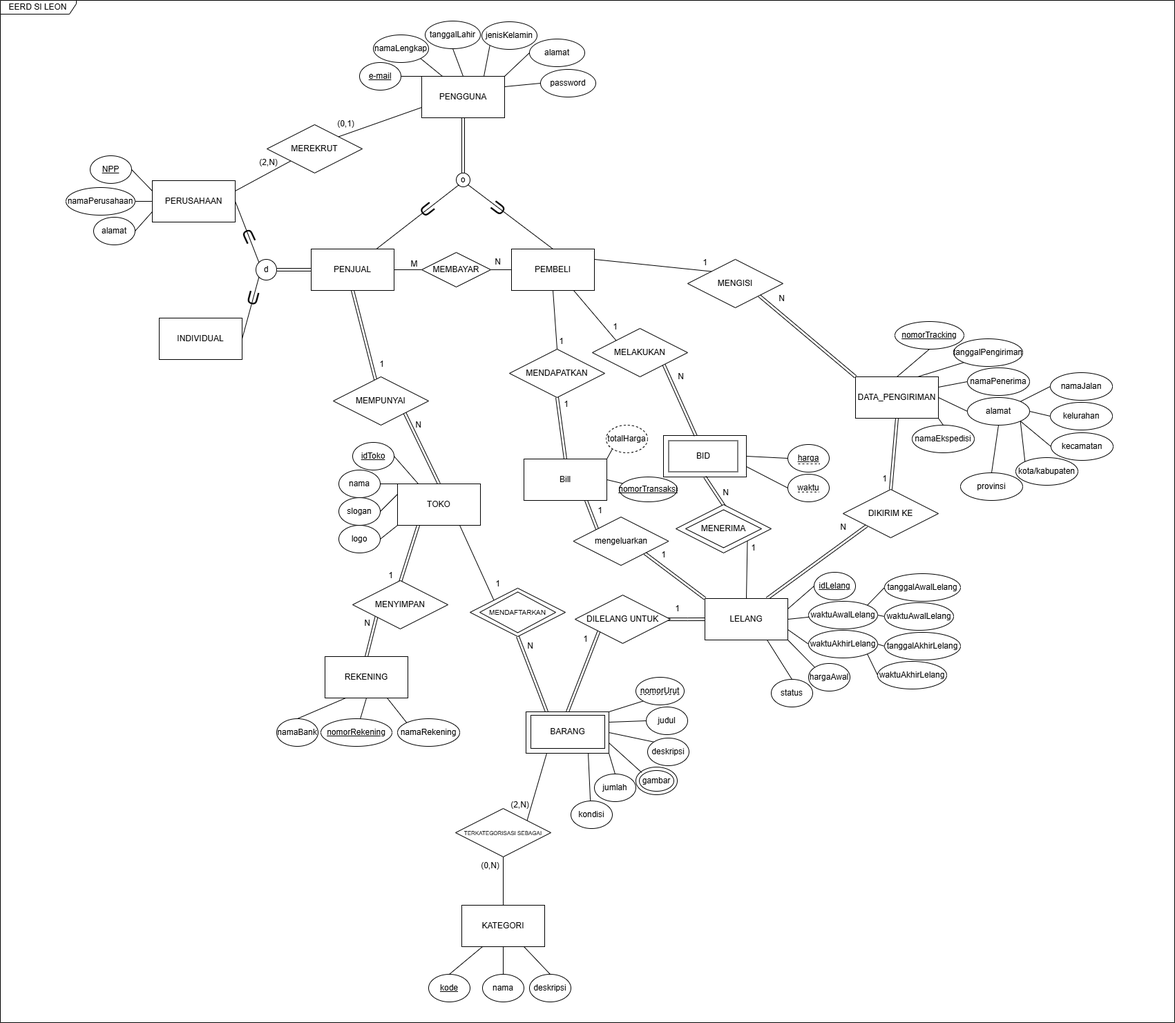
anthef/anthef keeps this draw.io diagram as ti1_basdat.drawio.png. Above is the earlier version. Source tidied: cells renumbered, new cells last; positions are measured from the earlier drawing's top-left corner, leaving out a move shared by most shapes.
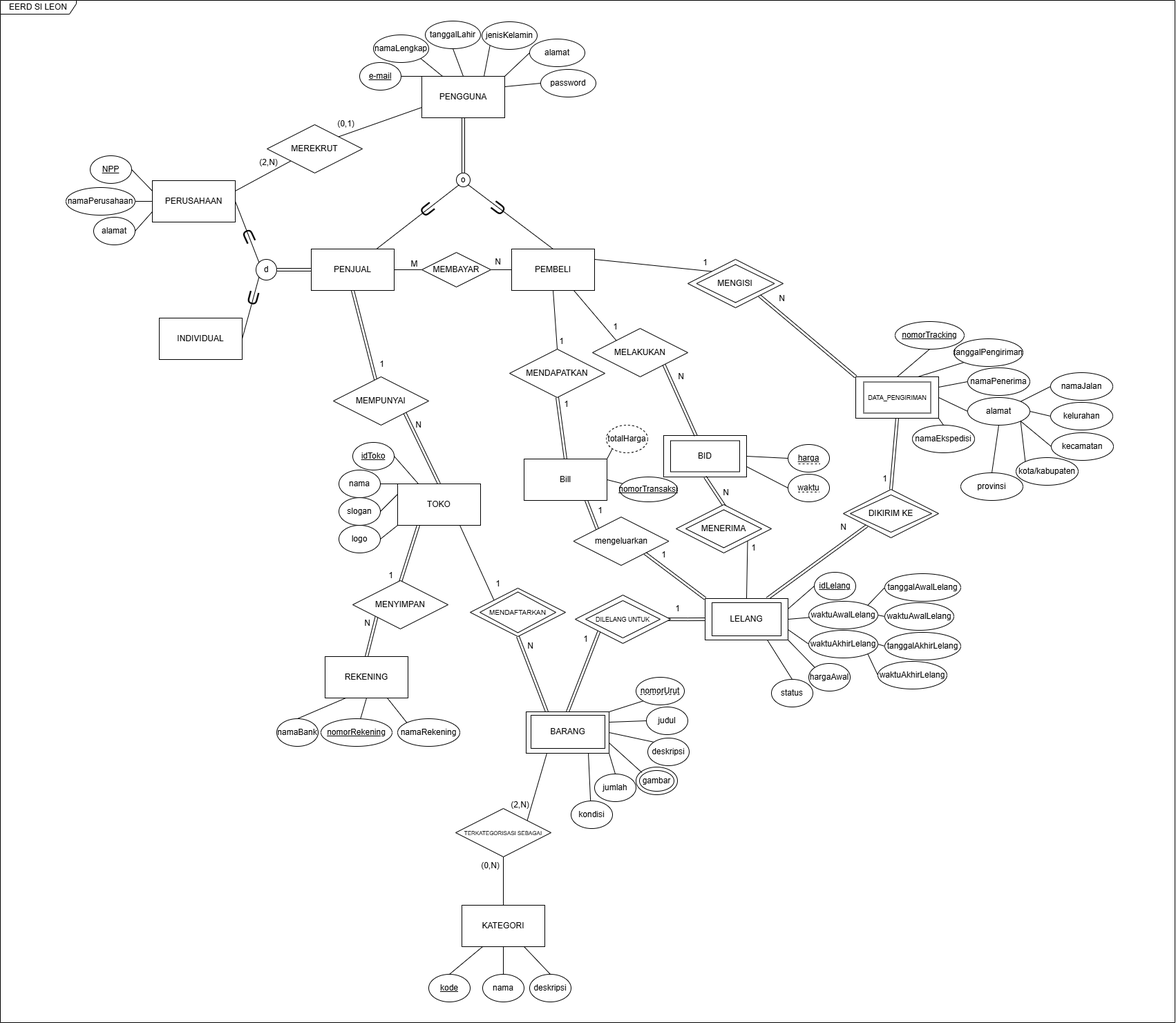
After the commit.

What changed in the source:
```diff
@@ -301,7 +301,7 @@
     <mxCell id="99" style="edgeStyle=orthogonalEdgeStyle;rounded=0;jettySize=auto;html=1;exitX=0.968;exitY=0.501;exitDx=0;exitDy=0;entryX=0;entryY=0.5;entryDx=0;entryDy=0;endArrow=none;startFill=0;shape=link;exitPerimeter=0;" parent="1" edge="1" source="100" target="112">
       <mxGeometry relative="1" as="geometry" />
     </mxCell>
-    <mxCell id="100" value="DILELANG UNTUK" style="rhombus;whiteSpace=wrap;html=1;" parent="1" vertex="1">
+    <mxCell id="100" style="rhombus;whiteSpace=wrap;html=1;" parent="1" vertex="1">
       <mxGeometry x="832" y="861" width="138" height="70" as="geometry" />
     </mxCell>
     <mxCell id="101" style="rounded=0;jettySize=auto;html=1;exitX=1;exitY=0.25;exitDx=0;exitDy=0;entryX=0;entryY=0.5;entryDx=0;entryDy=0;endArrow=none;startFill=0;" parent="1" edge="1" source="112" target="104">
@@ -445,7 +445,7 @@
     <mxCell id="147" style="rounded=0;jettySize=auto;html=1;exitX=0;exitY=0;exitDx=0;exitDy=0;entryX=1;entryY=1;entryDx=0;entryDy=0;shape=link;" parent="1" edge="1" source="148" target="164">
       <mxGeometry relative="1" as="geometry" />
     </mxCell>
-    <mxCell id="148" value="DATA_PENGIRIMAN" style="rounded=0;whiteSpace=wrap;html=1;" parent="1" vertex="1">
+    <mxCell id="148" style="rounded=0;whiteSpace=wrap;html=1;" parent="1" vertex="1">
       <mxGeometry x="1238" y="545" width="120" height="60" as="geometry" />
     </mxCell>
     <mxCell id="149" value="namaPenerima" style="ellipse;whiteSpace=wrap;html=1;" parent="1" vertex="1">
@@ -563,7 +563,7 @@
       </mxGeometry>
     </mxCell>
     <mxCell id="186" value="BID" style="rounded=0;whiteSpace=wrap;html=1;" parent="1" vertex="1">
-      <mxGeometry x="967.5" y="637.5" width="100" height="45" as="geometry" />
+      <mxGeometry x="970" y="637.5" width="100" height="45" as="geometry" />
     </mxCell>
     <mxCell id="187" style="endArrow=none;dashed=1;html=1;rounded=0;entryX=0.857;entryY=0.5;entryDx=0;entryDy=0;exitX=0.143;exitY=0.75;exitDx=0;exitDy=0;exitPerimeter=0;entryPerimeter=0;" parent="1" edge="1">
       <mxGeometry relative="1" as="geometry">
@@ -595,9 +595,6 @@
     <mxCell id="194" value="1" style="text;html=1;align=center;verticalAlign=middle;strokeColor=none;fillColor=none;" parent="1" vertex="1">
       <mxGeometry x="797" y="479" width="30" height="30" as="geometry" />
     </mxCell>
-    <mxCell id="195" style="rounded=0;jettySize=auto;html=1;exitX=0.5;exitY=0;exitDx=0;exitDy=0;entryX=0.5;entryY=1;entryDx=0;entryDy=0;endArrow=none;startFill=0;shape=link;" parent="1" edge="1" source="196" target="148">
-      <mxGeometry relative="1" as="geometry" />
-    </mxCell>
     <mxCell id="196" value="DIKIRIM KE" style="rhombus;whiteSpace=wrap;html=1;" parent="1" vertex="1">
       <mxGeometry x="1220" y="708" width="138" height="70" as="geometry" />
     </mxCell>
@@ -607,5 +604,23 @@
     <mxCell id="198" value="1" style="text;html=1;align=center;verticalAlign=middle;strokeColor=none;fillColor=none;" parent="1" vertex="1">
       <mxGeometry x="1265" y="678" width="30" height="30" as="geometry" />
     </mxCell>
+    <mxCell id="199" value="LELANG" style="rounded=0;whiteSpace=wrap;html=1;" parent="1" vertex="1">
+      <mxGeometry x="1030" y="872" width="100" height="48" as="geometry" />
+    </mxCell>
+    <mxCell id="195" style="rounded=0;jettySize=auto;html=1;exitX=0.5;exitY=0;exitDx=0;exitDy=0;entryX=0.5;entryY=1;entryDx=0;entryDy=0;endArrow=none;startFill=0;shape=link;" parent="1" edge="1" source="196" target="148">
+      <mxGeometry relative="1" as="geometry" />
+    </mxCell>
+    <mxCell id="200" value="&lt;font style=&quot;font-size: 9px;&quot;&gt;DATA_PENGIRIMAN&lt;/font&gt;" style="rounded=0;whiteSpace=wrap;html=1;" parent="1" vertex="1">
+      <mxGeometry x="1249.5" y="552.5" width="97" height="45" as="geometry" />
+    </mxCell>
+    <mxCell id="201" value="MENGISI" style="rhombus;whiteSpace=wrap;html=1;" parent="1" vertex="1">
+      <mxGeometry x="1007.5" y="382.5" width="113" height="55" as="geometry" />
+    </mxCell>
+    <mxCell id="202" value="DIKIRIM KE" style="rhombus;whiteSpace=wrap;html=1;" parent="1" vertex="1">
+      <mxGeometry x="1230" y="716" width="118" height="54" as="geometry" />
+    </mxCell>
+    <mxCell id="203" value="&lt;font style=&quot;font-size: 9px;&quot;&gt;DILELANG UNTUK&lt;/font&gt;" style="rhombus;whiteSpace=wrap;html=1;" parent="1" vertex="1">
+      <mxGeometry x="847" y="869" width="108" height="54" as="geometry" />
+    </mxCell>
   </root>
 </mxGraphModel>
```
